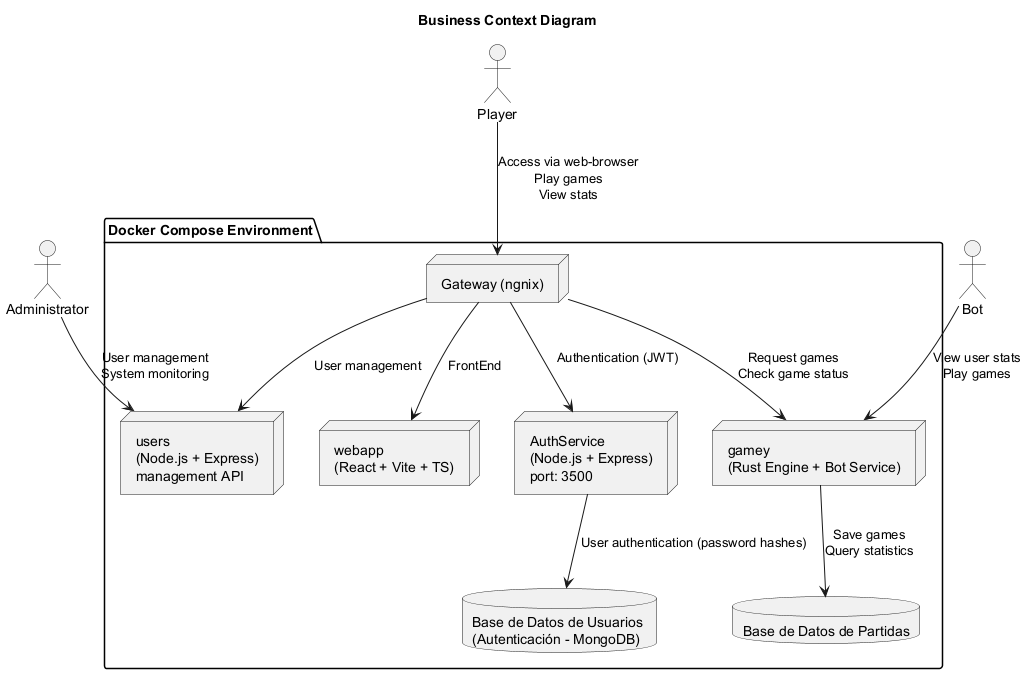
The PlantUML diagram images/business-context-diagram.png in Arquisoft/yovi_es4b, before a commit. The source it was exported from:
```plantuml
@startuml
title Business Context Diagram

actor Administrator
actor Player
actor Bot

package "Docker Compose Environment" {
    node "Gateway (ngnix)" as Gateway
    node "webapp\n(React + Vite + TS)" as WebApp
    node "users\n(Node.js + Express)\nmanagement API" as Users
    node "AuthService\n(Node.js + Express)\nport: 3500" as Auth
    node "gamey\n(Rust Engine + Bot Service)" as Gamey
    database "Base de Datos de Usuarios \n(Autenticación - MongoDB)" as UserDB
    database "Base de Datos de Partidas" as GameDB
}

Player --> Gateway : Access via web-browser\nPlay games\nView stats
Gateway --> WebApp : FrontEnd
Administrator --> Users : User management\nSystem monitoring
Bot --> Gamey : View user stats\nPlay games

Gateway --> Auth : Authentication (JWT)\n
Gateway --> Users : User management
Gateway --> Gamey : Request games\nCheck game status
Auth --> UserDB : User authentication (password hashes)
Gamey --> GameDB : Save games\nQuery statistics
@enduml
```
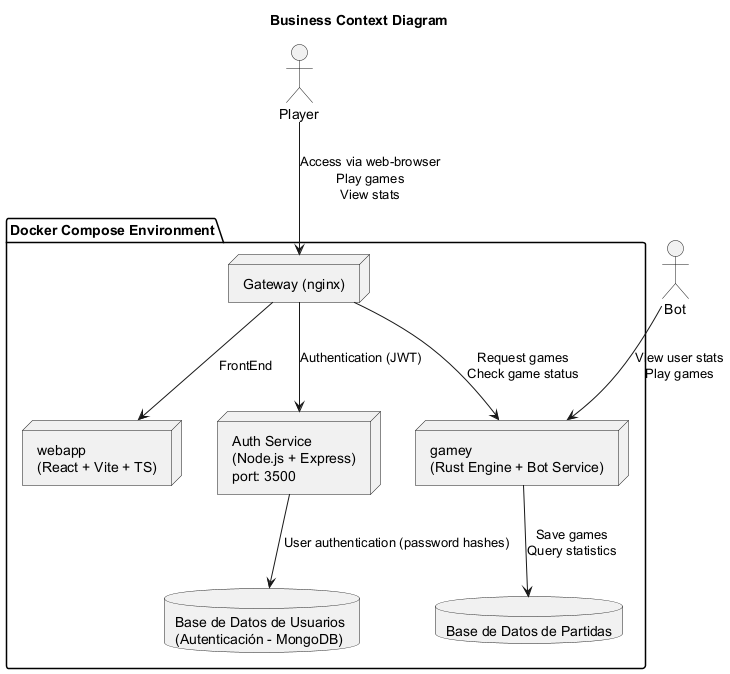
The same diagram one commit later.

The edit, as a diff of the source:
```diff
@@ -1,15 +1,13 @@
 @startuml
 title Business Context Diagram
 
-actor Administrator
 actor Player
 actor Bot
 
 package "Docker Compose Environment" {
-    node "Gateway (ngnix)" as Gateway
+    node "Gateway (nginx)" as Gateway
     node "webapp\n(React + Vite + TS)" as WebApp
-    node "users\n(Node.js + Express)\nmanagement API" as Users
-    node "AuthService\n(Node.js + Express)\nport: 3500" as Auth
+    node "Auth Service\n(Node.js + Express)\nport: 3500" as Auth
     node "gamey\n(Rust Engine + Bot Service)" as Gamey
     database "Base de Datos de Usuarios \n(Autenticación - MongoDB)" as UserDB
     database "Base de Datos de Partidas" as GameDB
@@ -17,11 +15,9 @@
 
 Player --> Gateway : Access via web-browser\nPlay games\nView stats
 Gateway --> WebApp : FrontEnd
-Administrator --> Users : User management\nSystem monitoring
 Bot --> Gamey : View user stats\nPlay games
 
 Gateway --> Auth : Authentication (JWT)\n
-Gateway --> Users : User management
 Gateway --> Gamey : Request games\nCheck game status
 Auth --> UserDB : User authentication (password hashes)
 Gamey --> GameDB : Save games\nQuery statistics
```
